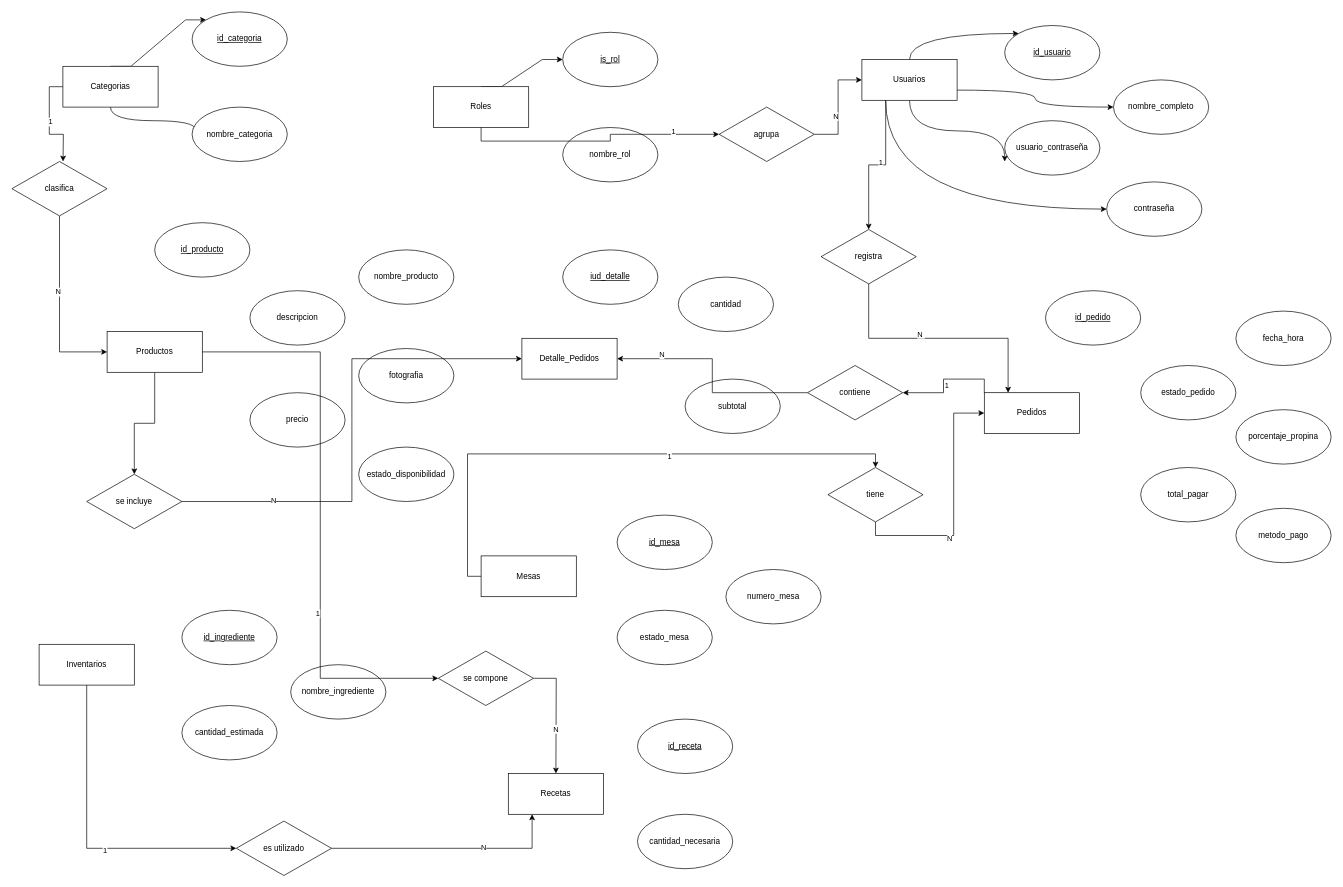
This is page "Página-4" (4 of 4) of Diagramas/DiagramaER.drawio from CanelaFeliz/ProyectoPPI115, a draw.io file, before an edit. Source tidied: cells renumbered, new cells numbered last; positions are measured from the earlier drawing's top-left corner, leaving out a move shared by most shapes. Both pictures are drawn from the tidied source at 68%, with x=0, y=0 at pixel (12, 12).
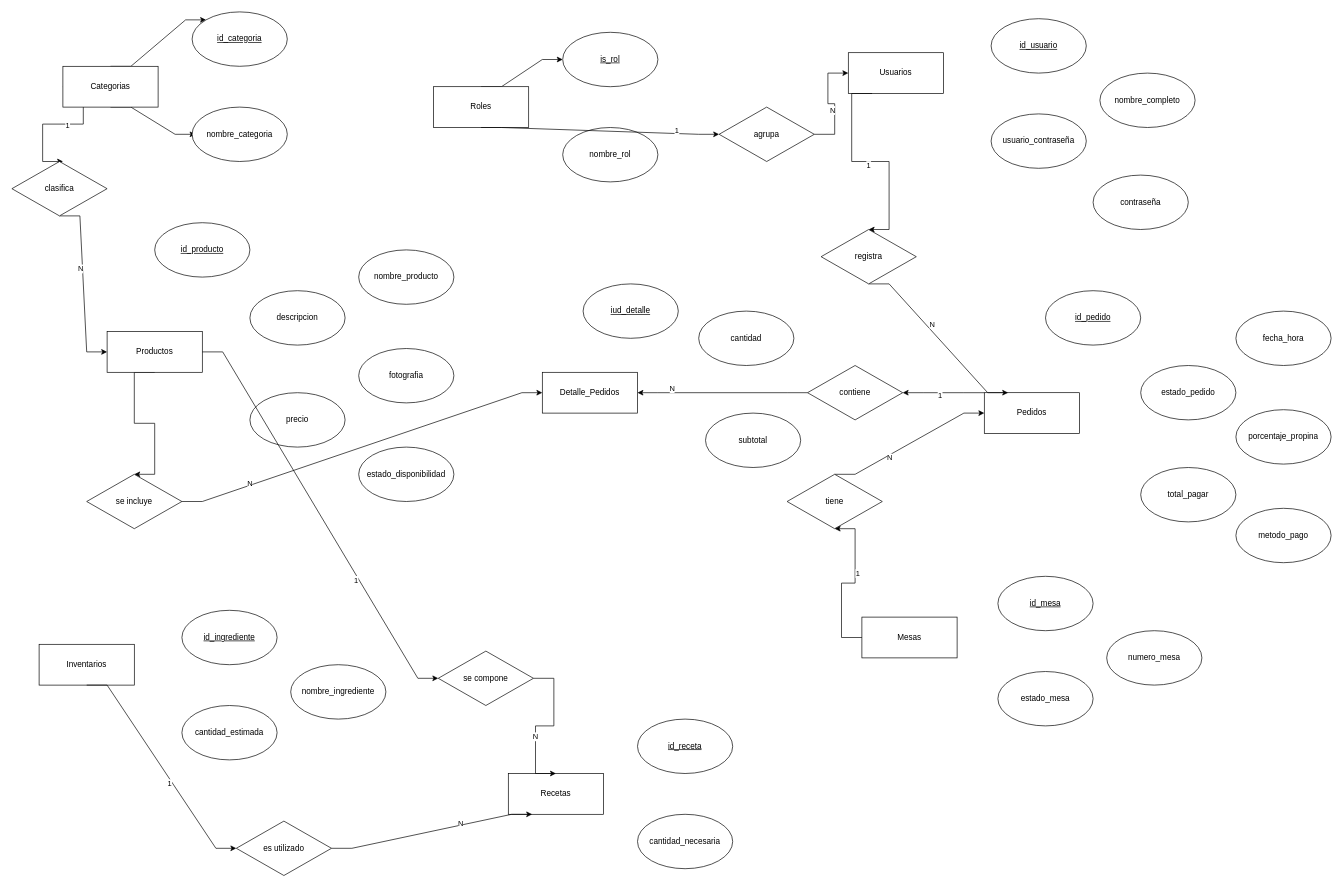
The same diagram, later.

The change refers to these unchanged cells:
```xml
<mxCell id="2" style="group;" parent="1" vertex="1">
  <mxGeometry x="75" width="330" height="220" as="geometry" />
</mxCell>
<mxCell id="7" value="Categorias" style="rounded=0;whiteSpace=wrap;html=1;" parent="2" vertex="1">
  <mxGeometry y="80" width="140" height="60" as="geometry" />
</mxCell>
<mxCell id="8" value="&lt;u&gt;id_categoria&lt;/u&gt;" style="ellipse;whiteSpace=wrap;html=1;" parent="2" vertex="1">
  <mxGeometry x="190" width="140" height="80" as="geometry" />
</mxCell>
<mxCell id="10" style="group;" parent="1" vertex="1">
  <mxGeometry x="140" y="310" width="510" height="450" as="geometry" />
</mxCell>
<mxCell id="12" value="Productos" style="rounded=0;whiteSpace=wrap;html=1;" parent="10" vertex="1">
  <mxGeometry y="160" width="140" height="60" as="geometry" />
</mxCell>
<mxCell id="19" value="se incluye" style="rhombus;whiteSpace=wrap;html=1;" parent="10" vertex="1">
  <mxGeometry x="-30" y="370" width="140" height="80" as="geometry" />
</mxCell>
<mxCell id="21" value="Mesas" style="rounded=0;whiteSpace=wrap;html=1;" parent="20" vertex="1">
  <mxGeometry y="60" width="140" height="60" as="geometry" />
</mxCell>
<mxCell id="26" value="Pedidos" style="rounded=0;whiteSpace=wrap;html=1;" parent="25" vertex="1">
  <mxGeometry y="150" width="140" height="60" as="geometry" />
</mxCell>
<mxCell id="34" value="&lt;u&gt;id_usuario&lt;/u&gt;" style="ellipse;whiteSpace=wrap;html=1;" parent="33" vertex="1">
  <mxGeometry x="210" width="140" height="80" as="geometry" />
</mxCell>
<mxCell id="35" value="nombre_completo" style="ellipse;whiteSpace=wrap;html=1;" parent="33" vertex="1">
  <mxGeometry x="370" y="80" width="140" height="80" as="geometry" />
</mxCell>
<mxCell id="41" value="Usuarios" style="rounded=0;whiteSpace=wrap;html=1;" parent="33" vertex="1">
  <mxGeometry y="50" width="140" height="60" as="geometry" />
</mxCell>
<mxCell id="42" value="contraseña" style="ellipse;whiteSpace=wrap;html=1;" parent="33" vertex="1">
  <mxGeometry x="360" y="230" width="140" height="80" as="geometry" />
</mxCell>
<mxCell id="47" value="Inventarios" style="rounded=0;whiteSpace=wrap;html=1;" parent="43" vertex="1">
  <mxGeometry y="50" width="140" height="60" as="geometry" />
</mxCell>
<mxCell id="48" style="group;" parent="1" vertex="1">
  <mxGeometry x="620" y="30" width="330" height="220" as="geometry" />
</mxCell>
<mxCell id="50" value="Roles" style="rounded=0;whiteSpace=wrap;html=1;" parent="48" vertex="1">
  <mxGeometry y="80" width="140" height="60" as="geometry" />
</mxCell>
<mxCell id="51" value="&lt;u&gt;is_rol&lt;/u&gt;" style="ellipse;whiteSpace=wrap;html=1;" parent="48" vertex="1">
  <mxGeometry x="190" width="140" height="80" as="geometry" />
</mxCell>
<mxCell id="55" value="Detalle_Pedidos" style="rounded=0;whiteSpace=wrap;html=1;" parent="53" vertex="1">
  <mxGeometry y="130" width="140" height="60" as="geometry" />
</mxCell>
<mxCell id="59" value="Recetas" style="rounded=0;whiteSpace=wrap;html=1;" parent="58" vertex="1">
  <mxGeometry y="80" width="140" height="60" as="geometry" />
</mxCell>
<mxCell id="64" value="agrupa" style="rhombus;whiteSpace=wrap;html=1;" parent="1" vertex="1">
  <mxGeometry x="1040" y="140" width="140" height="80" as="geometry" />
</mxCell>
<mxCell id="69" value="clasifica" style="rhombus;whiteSpace=wrap;html=1;" parent="1" vertex="1">
  <mxGeometry y="220" width="140" height="80" as="geometry" />
</mxCell>
<mxCell id="77" value="registra" style="rhombus;whiteSpace=wrap;html=1;" parent="1" vertex="1">
  <mxGeometry x="1190" y="320" width="140" height="80" as="geometry" />
</mxCell>
<mxCell id="82" value="contiene" style="rhombus;whiteSpace=wrap;html=1;" parent="1" vertex="1">
  <mxGeometry x="1170" y="520" width="140" height="80" as="geometry" />
</mxCell>
<mxCell id="89" value="se compone" style="rhombus;whiteSpace=wrap;html=1;" parent="1" vertex="1">
  <mxGeometry x="627" y="940" width="140" height="80" as="geometry" />
</mxCell>
<mxCell id="94" value="es utilizado" style="rhombus;whiteSpace=wrap;html=1;" parent="1" vertex="1">
  <mxGeometry x="330" y="1190" width="140" height="80" as="geometry" />
</mxCell>
```

What changed in the source:
```diff
@@
-    <mxCell id="3" style="edgeStyle=entityRelationEdgeStyle;rounded=0;jettySize=auto;html=1;exitX=0.5;exitY=0;exitDx=0;exitDy=0;entryX=0;entryY=0;entryDx=0;entryDy=0;" parent="2" edge="1" source="7" target="8">
+    <mxCell id="3" style="rounded=0;jettySize=auto;html=1;exitX=0.5;exitY=0;exitDx=0;exitDy=0;entryX=0;entryY=0;entryDx=0;entryDy=0;edgeStyle=entityRelationEdgeStyle;" parent="2" edge="1" source="7" target="8">
       <mxGeometry relative="1" as="geometry" />
     </mxCell>
-    <mxCell id="4" style="edgeStyle=orthogonalEdgeStyle;rounded=0;jettySize=auto;html=1;exitX=0.5;exitY=1;exitDx=0;exitDy=0;curved=1;" parent="2" edge="1" source="7">
+    <mxCell id="4" style="rounded=0;jettySize=auto;html=1;exitX=0.5;exitY=1;exitDx=0;exitDy=0;edgeStyle=entityRelationEdgeStyle;" parent="2" edge="1" source="7">
       <mxGeometry relative="1" as="geometry">
         <mxPoint x="195" y="180" as="targetPoint" />
       </mxGeometry>
     </mxCell>
-    <mxCell id="5" style="edgeStyle=orthogonalEdgeStyle;rounded=0;jettySize=auto;html=1;exitX=0;exitY=0.5;exitDx=0;exitDy=0;" parent="2" edge="1" source="7">
+    <mxCell id="5" style="rounded=0;jettySize=auto;html=1;exitX=0;exitY=0.5;exitDx=0;exitDy=0;edgeStyle=entityRelationEdgeStyle;" parent="2" edge="1" source="7">
       <mxGeometry relative="1" as="geometry">
         <mxPoint x="0.2" y="220" as="targetPoint" />
       </mxGeometry>
     </mxCell>
@@
-    <mxCell id="11" style="edgeStyle=orthogonalEdgeStyle;rounded=0;jettySize=auto;html=1;exitX=0.5;exitY=1;exitDx=0;exitDy=0;entryX=0.5;entryY=0;entryDx=0;entryDy=0;" parent="10" edge="1" source="12" target="19">
+    <mxCell id="11" style="rounded=0;jettySize=auto;html=1;exitX=0.5;exitY=1;exitDx=0;exitDy=0;entryX=0.5;entryY=0;entryDx=0;entryDy=0;edgeStyle=entityRelationEdgeStyle;" parent="10" edge="1" source="12" target="19">
       <mxGeometry relative="1" as="geometry" />
     </mxCell>
@@
     <mxCell id="20" style="group;" parent="1" vertex="1">
-      <mxGeometry x="690" y="740" width="500" height="220" as="geometry" />
+      <mxGeometry x="1250" y="830" width="500" height="220" as="geometry" />
     </mxCell>
@@
     <mxCell id="33" style="group;" parent="1" vertex="1">
-      <mxGeometry x="1250" y="20" width="510" height="310" as="geometry" />
+      <mxGeometry x="1230" y="10" width="510" height="310" as="geometry" />
     </mxCell>
@@
-    <mxCell id="37" style="edgeStyle=orthogonalEdgeStyle;rounded=0;jettySize=auto;html=1;exitX=0.5;exitY=0;exitDx=0;exitDy=0;entryX=0;entryY=0;entryDx=0;entryDy=0;curved=1;" parent="33" edge="1" source="41" target="34">
-      <mxGeometry relative="1" as="geometry" />
-    </mxCell>
-    <mxCell id="38" style="edgeStyle=orthogonalEdgeStyle;rounded=0;jettySize=auto;html=1;exitX=0.5;exitY=1;exitDx=0;exitDy=0;curved=1;" parent="33" edge="1" source="41">
-      <mxGeometry relative="1" as="geometry">
-        <mxPoint x="210" y="200" as="targetPoint" />
-      </mxGeometry>
-    </mxCell>
-    <mxCell id="39" style="edgeStyle=orthogonalEdgeStyle;rounded=0;jettySize=auto;html=1;exitX=1;exitY=0.75;exitDx=0;exitDy=0;curved=1;" parent="33" edge="1" source="41" target="35">
-      <mxGeometry relative="1" as="geometry" />
-    </mxCell>
-    <mxCell id="40" style="edgeStyle=orthogonalEdgeStyle;rounded=0;jettySize=auto;html=1;exitX=0.25;exitY=1;exitDx=0;exitDy=0;curved=1;" parent="33" edge="1" source="41" target="42">
-      <mxGeometry relative="1" as="geometry">
-        <Array as="points">
-          <mxPoint x="35" y="270" />
-        </Array>
-      </mxGeometry>
-    </mxCell>
@@
-    <mxCell id="49" style="edgeStyle=entityRelationEdgeStyle;rounded=0;jettySize=auto;html=1;exitX=0.5;exitY=0;exitDx=0;exitDy=0;" parent="48" edge="1" source="50" target="51">
+    <mxCell id="49" style="rounded=0;jettySize=auto;html=1;exitX=0.5;exitY=0;exitDx=0;exitDy=0;edgeStyle=entityRelationEdgeStyle;" parent="48" edge="1" source="50" target="51">
       <mxGeometry relative="1" as="geometry" />
     </mxCell>
@@
     <mxCell id="53" style="group;" parent="1" vertex="1">
-      <mxGeometry x="750" y="350" width="380" height="270" as="geometry" />
+      <mxGeometry x="780" y="400" width="380" height="270" as="geometry" />
     </mxCell>
@@
-    <mxCell id="62" style="edgeStyle=orthogonalEdgeStyle;rounded=0;jettySize=auto;html=1;exitX=1;exitY=0.5;exitDx=0;exitDy=0;entryX=0;entryY=0.5;entryDx=0;entryDy=0;" parent="1" edge="1" source="64" target="41">
+    <mxCell id="62" style="rounded=0;jettySize=auto;html=1;exitX=1;exitY=0.5;exitDx=0;exitDy=0;entryX=0;entryY=0.5;entryDx=0;entryDy=0;edgeStyle=entityRelationEdgeStyle;" parent="1" edge="1" source="64" target="41">
       <mxGeometry relative="1" as="geometry" />
     </mxCell>
@@
-    <mxCell id="65" style="edgeStyle=orthogonalEdgeStyle;rounded=0;jettySize=auto;html=1;exitX=0.5;exitY=1;exitDx=0;exitDy=0;entryX=0;entryY=0.5;entryDx=0;entryDy=0;" parent="1" edge="1" source="50" target="64">
-      <mxGeometry relative="1" as="geometry">
-        <Array as="points">
-          <mxPoint x="690" y="190" />
-          <mxPoint x="880" y="190" />
-          <mxPoint x="880" y="180" />
-        </Array>
-      </mxGeometry>
+    <mxCell id="65" style="rounded=0;jettySize=auto;html=1;exitX=0.5;exitY=1;exitDx=0;exitDy=0;entryX=0;entryY=0.5;entryDx=0;entryDy=0;edgeStyle=entityRelationEdgeStyle;" parent="1" edge="1" source="50" target="64">
+      <mxGeometry relative="1" as="geometry" />
     </mxCell>
@@
-    <mxCell id="67" style="edgeStyle=orthogonalEdgeStyle;rounded=0;jettySize=auto;html=1;exitX=0.5;exitY=1;exitDx=0;exitDy=0;entryX=0;entryY=0.5;entryDx=0;entryDy=0;" parent="1" edge="1" source="69" target="12">
+    <mxCell id="67" style="rounded=0;jettySize=auto;html=1;exitX=0.5;exitY=1;exitDx=0;exitDy=0;entryX=0;entryY=0.5;entryDx=0;entryDy=0;edgeStyle=entityRelationEdgeStyle;" parent="1" edge="1" source="69" target="12">
       <mxGeometry relative="1" as="geometry" />
     </mxCell>
@@
-    <mxCell id="70" style="edgeStyle=orthogonalEdgeStyle;rounded=0;jettySize=auto;html=1;exitX=0.5;exitY=1;exitDx=0;exitDy=0;entryX=0;entryY=0.5;entryDx=0;entryDy=0;" parent="1" edge="1" source="72" target="26">
+    <mxCell id="70" style="rounded=0;jettySize=auto;html=1;exitX=0.5;exitY=0;exitDx=0;exitDy=0;entryX=0;entryY=0.5;entryDx=0;entryDy=0;edgeStyle=entityRelationEdgeStyle;" parent="1" edge="1" source="72" target="26">
       <mxGeometry relative="1" as="geometry" />
     </mxCell>
@@
     <mxCell id="72" value="tiene" style="rhombus;whiteSpace=wrap;html=1;" parent="1" vertex="1">
-      <mxGeometry x="1200" y="670" width="140" height="80" as="geometry" />
+      <mxGeometry x="1140" y="680" width="140" height="80" as="geometry" />
     </mxCell>
-    <mxCell id="73" style="edgeStyle=orthogonalEdgeStyle;rounded=0;jettySize=auto;html=1;exitX=0;exitY=0.5;exitDx=0;exitDy=0;entryX=0.5;entryY=0;entryDx=0;entryDy=0;" parent="1" edge="1" source="21" target="72">
+    <mxCell id="73" style="rounded=0;jettySize=auto;html=1;exitX=0;exitY=0.5;exitDx=0;exitDy=0;entryX=0.5;entryY=1;entryDx=0;entryDy=0;edgeStyle=entityRelationEdgeStyle;" parent="1" edge="1" source="21" target="72">
       <mxGeometry relative="1" as="geometry" />
     </mxCell>
@@
-    <mxCell id="75" style="edgeStyle=orthogonalEdgeStyle;rounded=0;jettySize=auto;html=1;exitX=0.5;exitY=1;exitDx=0;exitDy=0;entryX=0.25;entryY=0;entryDx=0;entryDy=0;" parent="1" edge="1" source="77" target="26">
+    <mxCell id="75" style="rounded=0;jettySize=auto;html=1;exitX=0.5;exitY=1;exitDx=0;exitDy=0;entryX=0.25;entryY=0;entryDx=0;entryDy=0;edgeStyle=entityRelationEdgeStyle;" parent="1" edge="1" source="77" target="26">
       <mxGeometry relative="1" as="geometry" />
     </mxCell>
@@
-    <mxCell id="78" style="edgeStyle=orthogonalEdgeStyle;rounded=0;jettySize=auto;html=1;exitX=0.25;exitY=1;exitDx=0;exitDy=0;entryX=0.5;entryY=0;entryDx=0;entryDy=0;" parent="1" edge="1" source="41" target="77">
+    <mxCell id="78" style="rounded=0;jettySize=auto;html=1;exitX=0.25;exitY=1;exitDx=0;exitDy=0;entryX=0.5;entryY=0;entryDx=0;entryDy=0;edgeStyle=entityRelationEdgeStyle;" parent="1" edge="1" source="41" target="77">
       <mxGeometry relative="1" as="geometry" />
     </mxCell>
@@
-    <mxCell id="80" style="edgeStyle=orthogonalEdgeStyle;rounded=0;jettySize=auto;html=1;exitX=0;exitY=0.5;exitDx=0;exitDy=0;entryX=1;entryY=0.5;entryDx=0;entryDy=0;" parent="1" edge="1" source="82" target="55">
+    <mxCell id="80" style="rounded=0;jettySize=auto;html=1;exitX=0;exitY=0.5;exitDx=0;exitDy=0;entryX=1;entryY=0.5;entryDx=0;entryDy=0;edgeStyle=entityRelationEdgeStyle;" parent="1" edge="1" source="82" target="55">
       <mxGeometry relative="1" as="geometry" />
     </mxCell>
@@
-    <mxCell id="83" style="edgeStyle=orthogonalEdgeStyle;rounded=0;jettySize=auto;html=1;exitX=0;exitY=0;exitDx=0;exitDy=0;entryX=1;entryY=0.5;entryDx=0;entryDy=0;" parent="1" edge="1" source="26" target="82">
+    <mxCell id="83" style="rounded=0;jettySize=auto;html=1;exitX=0;exitY=0;exitDx=0;exitDy=0;entryX=1;entryY=0.5;entryDx=0;entryDy=0;edgeStyle=entityRelationEdgeStyle;" parent="1" edge="1" source="26" target="82">
       <mxGeometry relative="1" as="geometry" />
     </mxCell>
@@
-    <mxCell id="85" style="edgeStyle=orthogonalEdgeStyle;rounded=0;jettySize=auto;html=1;exitX=1;exitY=0.5;exitDx=0;exitDy=0;entryX=0;entryY=0.5;entryDx=0;entryDy=0;" parent="1" edge="1" source="19" target="55">
+    <mxCell id="85" style="rounded=0;jettySize=auto;html=1;exitX=1;exitY=0.5;exitDx=0;exitDy=0;entryX=0;entryY=0.5;entryDx=0;entryDy=0;edgeStyle=entityRelationEdgeStyle;" parent="1" edge="1" source="19" target="55">
       <mxGeometry relative="1" as="geometry" />
     </mxCell>
@@
-    <mxCell id="87" style="edgeStyle=orthogonalEdgeStyle;rounded=0;jettySize=auto;html=1;exitX=1;exitY=0.5;exitDx=0;exitDy=0;" parent="1" edge="1" source="89">
+    <mxCell id="87" style="rounded=0;jettySize=auto;html=1;exitX=1;exitY=0.5;exitDx=0;exitDy=0;edgeStyle=entityRelationEdgeStyle;" parent="1" edge="1" source="89">
       <mxGeometry relative="1" as="geometry">
         <mxPoint x="800" y="1120" as="targetPoint" />
       </mxGeometry>
     </mxCell>
@@
-    <mxCell id="90" style="edgeStyle=orthogonalEdgeStyle;rounded=0;jettySize=auto;html=1;exitX=1;exitY=0.5;exitDx=0;exitDy=0;entryX=0;entryY=0.5;entryDx=0;entryDy=0;" parent="1" edge="1" source="12" target="89">
+    <mxCell id="90" style="rounded=0;jettySize=auto;html=1;exitX=1;exitY=0.5;exitDx=0;exitDy=0;entryX=0;entryY=0.5;entryDx=0;entryDy=0;edgeStyle=entityRelationEdgeStyle;" parent="1" edge="1" source="12" target="89">
       <mxGeometry relative="1" as="geometry" />
     </mxCell>
@@
-    <mxCell id="92" style="edgeStyle=orthogonalEdgeStyle;rounded=0;jettySize=auto;html=1;exitX=1;exitY=0.5;exitDx=0;exitDy=0;entryX=0.25;entryY=1;entryDx=0;entryDy=0;" parent="1" edge="1" source="94" target="59">
+    <mxCell id="92" style="rounded=0;jettySize=auto;html=1;exitX=1;exitY=0.5;exitDx=0;exitDy=0;entryX=0.25;entryY=1;entryDx=0;entryDy=0;edgeStyle=entityRelationEdgeStyle;" parent="1" edge="1" source="94" target="59">
       <mxGeometry relative="1" as="geometry" />
     </mxCell>
@@
-    <mxCell id="95" style="edgeStyle=orthogonalEdgeStyle;rounded=0;jettySize=auto;html=1;exitX=0.5;exitY=1;exitDx=0;exitDy=0;entryX=0;entryY=0.5;entryDx=0;entryDy=0;" parent="1" edge="1" source="47" target="94">
+    <mxCell id="95" style="rounded=0;jettySize=auto;html=1;exitX=0.5;exitY=1;exitDx=0;exitDy=0;entryX=0;entryY=0.5;entryDx=0;entryDy=0;edgeStyle=entityRelationEdgeStyle;" parent="1" edge="1" source="47" target="94">
       <mxGeometry relative="1" as="geometry" />
     </mxCell>
```
